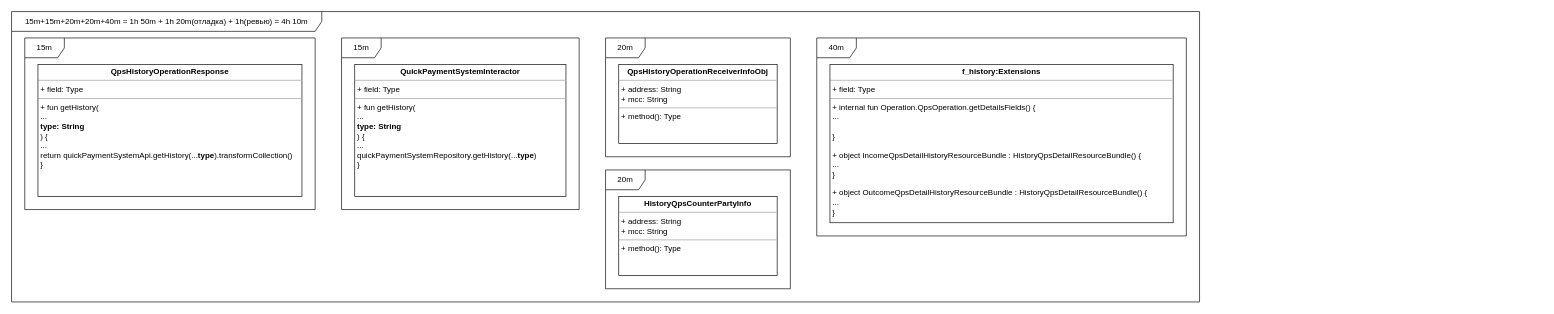
Before: UNI-14929.drawio in ShiryaevNikolay/diagrams, a draw.io diagram. Source tidied: cells renumbered, new cells numbered last; positions are measured from the earlier drawing's top-left corner, leaving out a move shared by most shapes. Both pictures are drawn from the tidied source at 66%, with x=0, y=0 at pixel (11, 11).
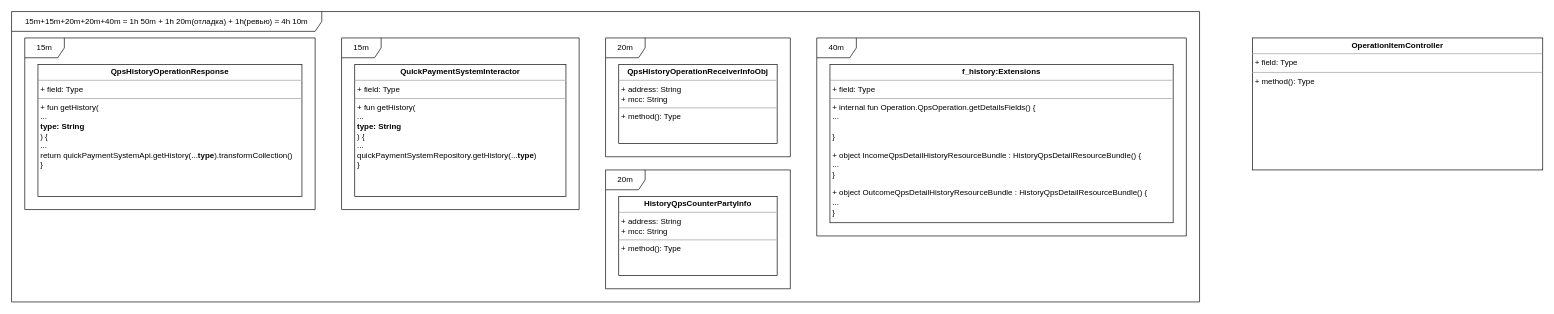
The same diagram, later.

The edit, as a diff of the source:
```diff
@@
 <mxGraphModel>
   <root>
     <mxCell id="0" />
     <mxCell id="1" parent="0" />
     <mxCell id="2" value="&lt;p style=&quot;margin: 0px ; margin-top: 4px ; text-align: center&quot;&gt;&lt;b&gt;QpsHistoryOperationResponse&lt;/b&gt;&lt;/p&gt;&lt;hr size=&quot;1&quot;&gt;&lt;p style=&quot;margin: 0px ; margin-left: 4px&quot;&gt;+ field: Type&lt;/p&gt;&lt;hr size=&quot;1&quot;&gt;&lt;p style=&quot;margin: 0px ; margin-left: 4px&quot;&gt;+ fun getHistory(&lt;/p&gt;&lt;p style=&quot;margin: 0px ; margin-left: 4px&quot;&gt;...&lt;/p&gt;&lt;p style=&quot;margin: 0px ; margin-left: 4px&quot;&gt;&lt;b&gt;type: String&lt;/b&gt;&lt;br&gt;&lt;/p&gt;&lt;p style=&quot;margin: 0px ; margin-left: 4px&quot;&gt;) {&lt;/p&gt;&lt;p style=&quot;margin: 0px ; margin-left: 4px&quot;&gt;...&lt;/p&gt;&lt;p style=&quot;margin: 0px ; margin-left: 4px&quot;&gt;return quickPaymentSystemApi.getHistory(...&lt;b&gt;type&lt;/b&gt;).transformCollection()&lt;br&gt;&lt;/p&gt;&lt;p style=&quot;margin: 0px ; margin-left: 4px&quot;&gt;}&lt;br&gt;&lt;/p&gt;" style="verticalAlign=top;align=left;overflow=fill;fontSize=12;fontFamily=Helvetica;html=1;" parent="1" vertex="1">
       <mxGeometry x="40" y="80" width="400" height="200" as="geometry" />
     </mxCell>
     <mxCell id="3" value="&lt;p style=&quot;margin: 0px ; margin-top: 4px ; text-align: center&quot;&gt;&lt;b&gt;QuickPaymentSystemInteractor&lt;/b&gt;&lt;/p&gt;&lt;hr size=&quot;1&quot;&gt;&lt;p style=&quot;margin: 0px ; margin-left: 4px&quot;&gt;+ field: Type&lt;/p&gt;&lt;hr size=&quot;1&quot;&gt;&lt;p style=&quot;margin: 0px ; margin-left: 4px&quot;&gt;+ fun getHistory(&lt;/p&gt;&lt;p style=&quot;margin: 0px ; margin-left: 4px&quot;&gt;...&lt;/p&gt;&lt;p style=&quot;margin: 0px ; margin-left: 4px&quot;&gt;&lt;b&gt;type: String&lt;/b&gt;&lt;br&gt;&lt;/p&gt;&lt;p style=&quot;margin: 0px ; margin-left: 4px&quot;&gt;) {&lt;/p&gt;&lt;p style=&quot;margin: 0px ; margin-left: 4px&quot;&gt;...&lt;/p&gt;&lt;p style=&quot;margin: 0px ; margin-left: 4px&quot;&gt;quickPaymentSystemRepository.getHistory(...&lt;b&gt;type&lt;/b&gt;)&lt;br&gt;&lt;/p&gt;&lt;p style=&quot;margin: 0px ; margin-left: 4px&quot;&gt;}&lt;br&gt;&lt;/p&gt;" style="verticalAlign=top;align=left;overflow=fill;fontSize=12;fontFamily=Helvetica;html=1;" parent="1" vertex="1">
       <mxGeometry x="520" y="80" width="320" height="200" as="geometry" />
     </mxCell>
     <mxCell id="4" value="&lt;p style=&quot;margin: 0px ; margin-top: 4px ; text-align: center&quot;&gt;&lt;b&gt;QpsHistoryOperationReceiverInfoObj&lt;/b&gt;&lt;/p&gt;&lt;hr size=&quot;1&quot;&gt;&lt;p style=&quot;margin: 0px ; margin-left: 4px&quot;&gt;+ address: String&lt;/p&gt;&lt;p style=&quot;margin: 0px ; margin-left: 4px&quot;&gt;+ mcc: String&lt;/p&gt;&lt;hr size=&quot;1&quot;&gt;&lt;p style=&quot;margin: 0px ; margin-left: 4px&quot;&gt;+ method(): Type&lt;/p&gt;" style="verticalAlign=top;align=left;overflow=fill;fontSize=12;fontFamily=Helvetica;html=1;" parent="1" vertex="1">
       <mxGeometry x="920" y="80" width="240" height="120" as="geometry" />
     </mxCell>
     <mxCell id="5" value="&lt;p style=&quot;margin: 0px ; margin-top: 4px ; text-align: center&quot;&gt;&lt;b&gt;HistoryQpsCounterPartyInfo&lt;/b&gt;&lt;/p&gt;&lt;hr size=&quot;1&quot;&gt;&lt;p style=&quot;margin: 0px ; margin-left: 4px&quot;&gt;+ address: String&lt;br&gt;+ mcc: String&lt;/p&gt;&lt;hr size=&quot;1&quot;&gt;&lt;p style=&quot;margin: 0px ; margin-left: 4px&quot;&gt;+ method(): Type&lt;/p&gt;" style="verticalAlign=top;align=left;overflow=fill;fontSize=12;fontFamily=Helvetica;html=1;" parent="1" vertex="1">
       <mxGeometry x="920" y="280" width="240" height="120" as="geometry" />
     </mxCell>
     <mxCell id="6" value="&lt;p style=&quot;margin: 0px ; margin-top: 4px ; text-align: center&quot;&gt;&lt;b&gt;f_history:Extensions&lt;/b&gt;&lt;/p&gt;&lt;hr size=&quot;1&quot;&gt;&lt;p style=&quot;margin: 0px ; margin-left: 4px&quot;&gt;+ field: Type&lt;/p&gt;&lt;hr size=&quot;1&quot;&gt;&lt;p style=&quot;margin: 0px ; margin-left: 4px&quot;&gt;+ internal fun Operation.QpsOperation.getDetailsFields() {&lt;/p&gt;&lt;p style=&quot;margin: 0px ; margin-left: 4px&quot;&gt;...&lt;/p&gt;&lt;p style=&quot;margin: 0px ; margin-left: 4px&quot;&gt;&lt;br&gt;&lt;/p&gt;&lt;p style=&quot;margin: 0px ; margin-left: 4px&quot;&gt;}&lt;/p&gt;&lt;p style=&quot;margin: 0px ; margin-left: 4px&quot;&gt;&lt;br&gt;&lt;/p&gt;&lt;p style=&quot;margin: 0px ; margin-left: 4px&quot;&gt;+ object IncomeQpsDetailHistoryResourceBundle : HistoryQpsDetailResourceBundle() {&lt;/p&gt;&lt;p style=&quot;margin: 0px ; margin-left: 4px&quot;&gt;...&lt;br&gt;&lt;/p&gt;&lt;p style=&quot;margin: 0px ; margin-left: 4px&quot;&gt;}&lt;/p&gt;&lt;p style=&quot;margin: 0px ; margin-left: 4px&quot;&gt;&lt;br&gt;&lt;/p&gt;&lt;p style=&quot;margin: 0px ; margin-left: 4px&quot;&gt;+ object OutcomeQpsDetailHistoryResourceBundle : HistoryQpsDetailResourceBundle() {&lt;/p&gt;&lt;p style=&quot;margin: 0px ; margin-left: 4px&quot;&gt;...&lt;br&gt;&lt;/p&gt;&lt;p style=&quot;margin: 0px ; margin-left: 4px&quot;&gt;}&lt;br&gt;&lt;/p&gt;" style="verticalAlign=top;align=left;overflow=fill;fontSize=12;fontFamily=Helvetica;html=1;" parent="1" vertex="1">
       <mxGeometry x="1240" y="80" width="520" height="240" as="geometry" />
     </mxCell>
     <mxCell id="7" value="15m" style="shape=umlFrame;whiteSpace=wrap;html=1;" parent="1" vertex="1">
       <mxGeometry x="20" y="40" width="440" height="260" as="geometry" />
     </mxCell>
     <mxCell id="8" value="15m" style="shape=umlFrame;whiteSpace=wrap;html=1;" parent="1" vertex="1">
       <mxGeometry x="500" y="40" width="360" height="260" as="geometry" />
     </mxCell>
     <mxCell id="9" value="20m" style="shape=umlFrame;whiteSpace=wrap;html=1;" parent="1" vertex="1">
       <mxGeometry x="900" y="40" width="280" height="180" as="geometry" />
     </mxCell>
     <mxCell id="10" value="20m" style="shape=umlFrame;whiteSpace=wrap;html=1;" parent="1" vertex="1">
       <mxGeometry x="900" y="240" width="280" height="180" as="geometry" />
     </mxCell>
     <mxCell id="11" value="40m" style="shape=umlFrame;whiteSpace=wrap;html=1;" parent="1" vertex="1">
       <mxGeometry x="1220" y="40" width="560" height="300" as="geometry" />
     </mxCell>
     <mxCell id="12" value="15m+15m+20m+20m+40m = 1h 50m + 1h 20m(отладка) + 1h(ревью) = 4h 10m" style="shape=umlFrame;whiteSpace=wrap;html=1;width=470;height=30;" parent="1" vertex="1">
       <mxGeometry width="1800" height="440" as="geometry" />
     </mxCell>
+    <mxCell id="13" value="&lt;p style=&quot;margin: 0px ; margin-top: 4px ; text-align: center&quot;&gt;&lt;b&gt;OperationItemController&lt;/b&gt;&lt;/p&gt;&lt;hr size=&quot;1&quot;&gt;&lt;p style=&quot;margin: 0px ; margin-left: 4px&quot;&gt;+ field: Type&lt;/p&gt;&lt;hr size=&quot;1&quot;&gt;&lt;p style=&quot;margin: 0px ; margin-left: 4px&quot;&gt;+ method(): Type&lt;/p&gt;" style="verticalAlign=top;align=left;overflow=fill;fontSize=12;fontFamily=Helvetica;html=1;" parent="1" vertex="1">
+      <mxGeometry x="1880" y="40" width="440" height="200" as="geometry" />
+    </mxCell>
   </root>
 </mxGraphModel>
```
